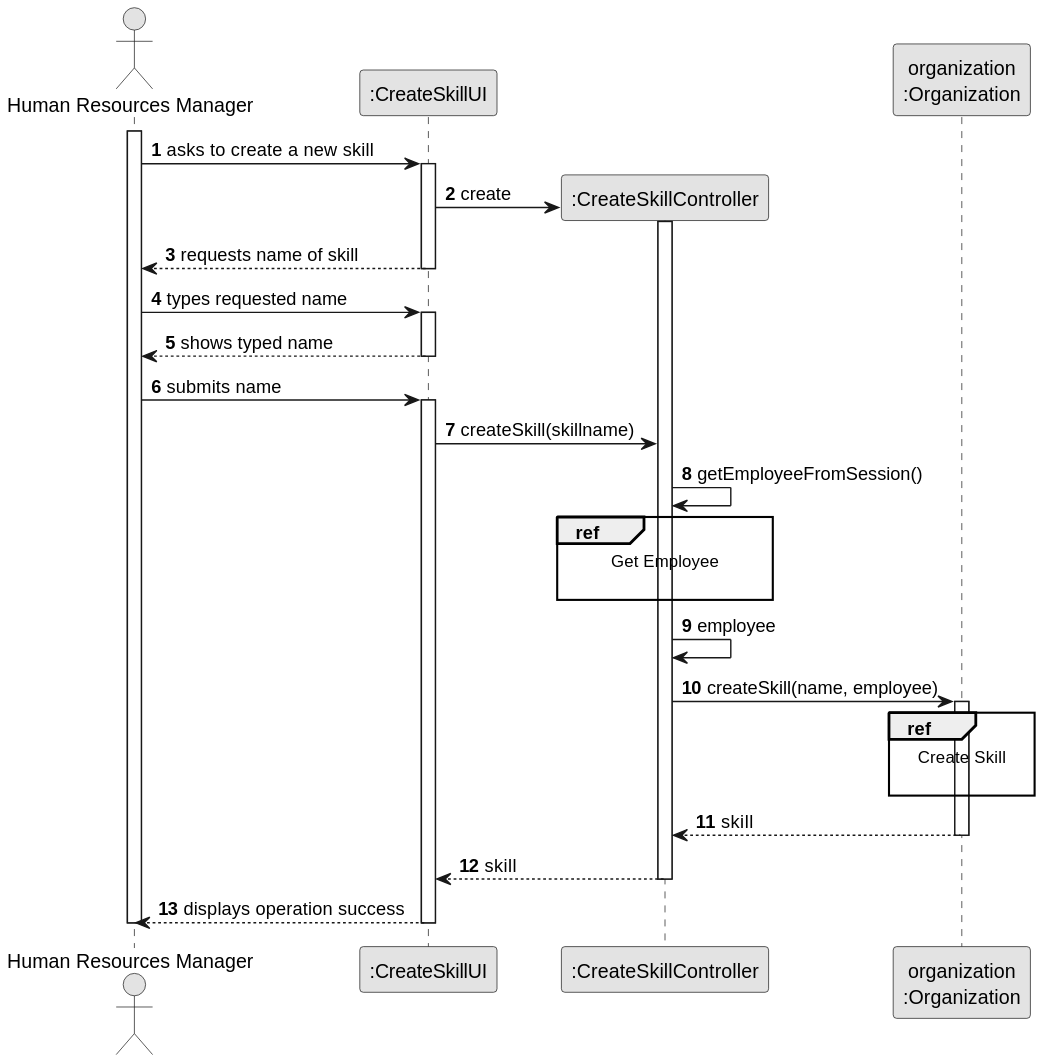
Earlier version of the PlantUML export docs/sprint2/us001/03.design/svg/us001-sequence-diagram-split.svg (tiagosoa/lei-24-s2-1dgh-g073).
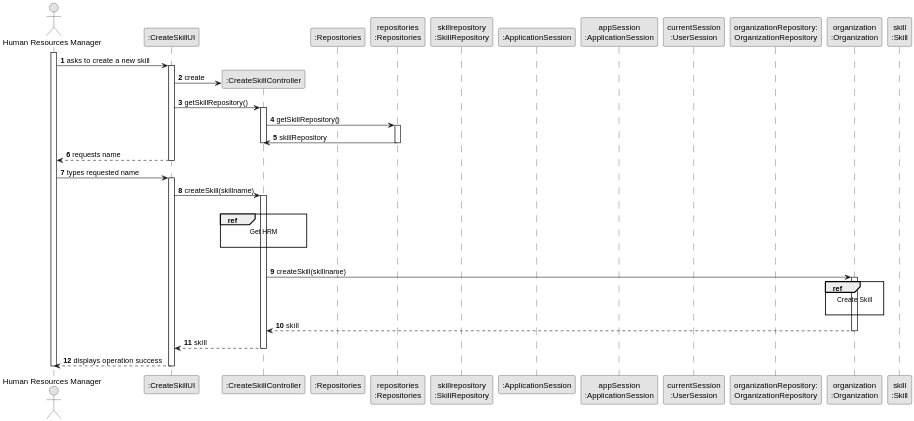
After the change.

The edit, as a diff of the source:
```diff
@@ -8,52 +8,59 @@
 actor "Human Resources Manager" as ADM
 participant ":CreateSkillUI" as UI
 participant ":CreateSkillController" as CTRL
+participant ":Repositories" as RepositorySingleton
+participant "repositories\n:Repositories" as PLAT
+participant "skillrepository\n:SkillRepository" as SR
+participant ":ApplicationSession" as _APP
+participant "appSession\n:ApplicationSession" as APP
+participant "currentSession\n:UserSession" as SESSAO
+participant "organizationRepository:\nOrganizationRepository" as OrganizationRepository
 participant "organization\n:Organization" as ORG
+participant "skill\n:Skill" as HABILIDADE
 
 activate ADM
 
-    ADM -> UI : asks to create a new skill
+        ADM -> UI : asks to create a new skill
 
-    activate UI
+        activate UI
 
-        UI -> CTRL** : create
+            UI -> CTRL** : create
 
-        activate CTRL
+         UI -> CTRL : getSkillRepository()
+         activate CTRL
 
-        UI --> ADM : requests name of skill
+                 CTRL -> PLAT : getSkillRepository()
+                         activate PLAT
+
+                     PLAT -> CTRL : skillRepository
+                     deactivate PLAT
+    deactivate CTRL
+    UI --> ADM : requests name
     deactivate UI
 
     ADM -> UI : types requested name
     activate UI
 
-        UI --> ADM : shows typed name
-    deactivate UI
+        UI -> CTRL : createSkill(skillname)
+        activate CTRL
 
-    ADM -> UI : submits name
-    activate UI
+            |||
+                                ref over CTRL
+                                    Get HRM
 
-        UI -> CTRL : createSkill(skillname)
+                                end ref
 
-
-            CTRL -> CTRL : getEmployeeFromSession()
-
-
-                ref over CTRL
-                    Get Employee
-
-                end ref
-                CTRL -> CTRL : employee
-
-
-            CTRL -> ORG: createSkill(name, employee)
+            |||
+            CTRL -> ORG: createSkill(skillname)
             activate ORG
 
-                ref over ORG
-                    Create Skill
+                                    ref over ORG
+                                        Create Skill
 
-                end
+                                    end ref
 
                 ORG --> CTRL : skill
+
             deactivate ORG
 
             CTRL --> UI: skill
```
